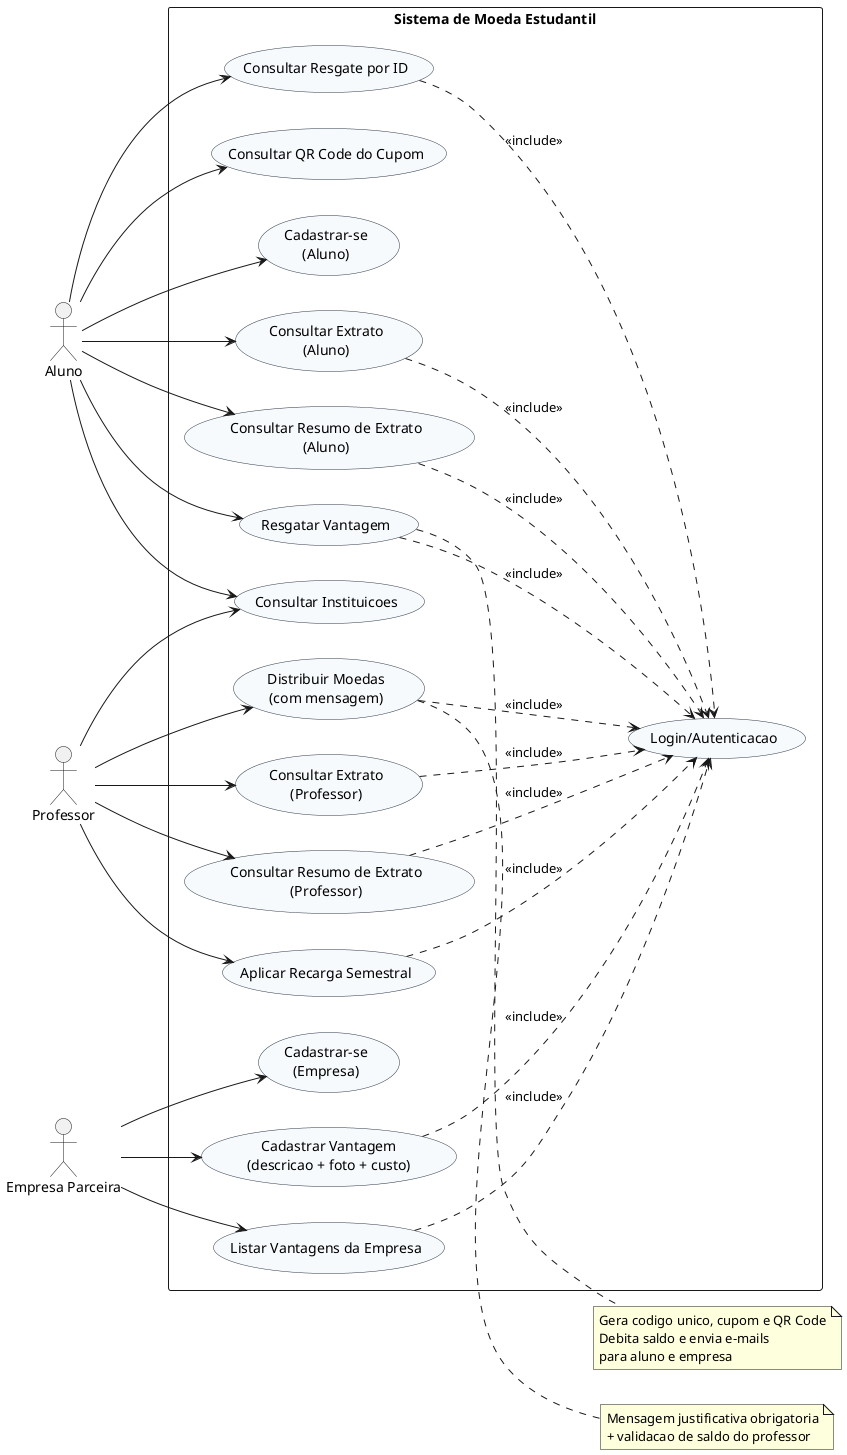
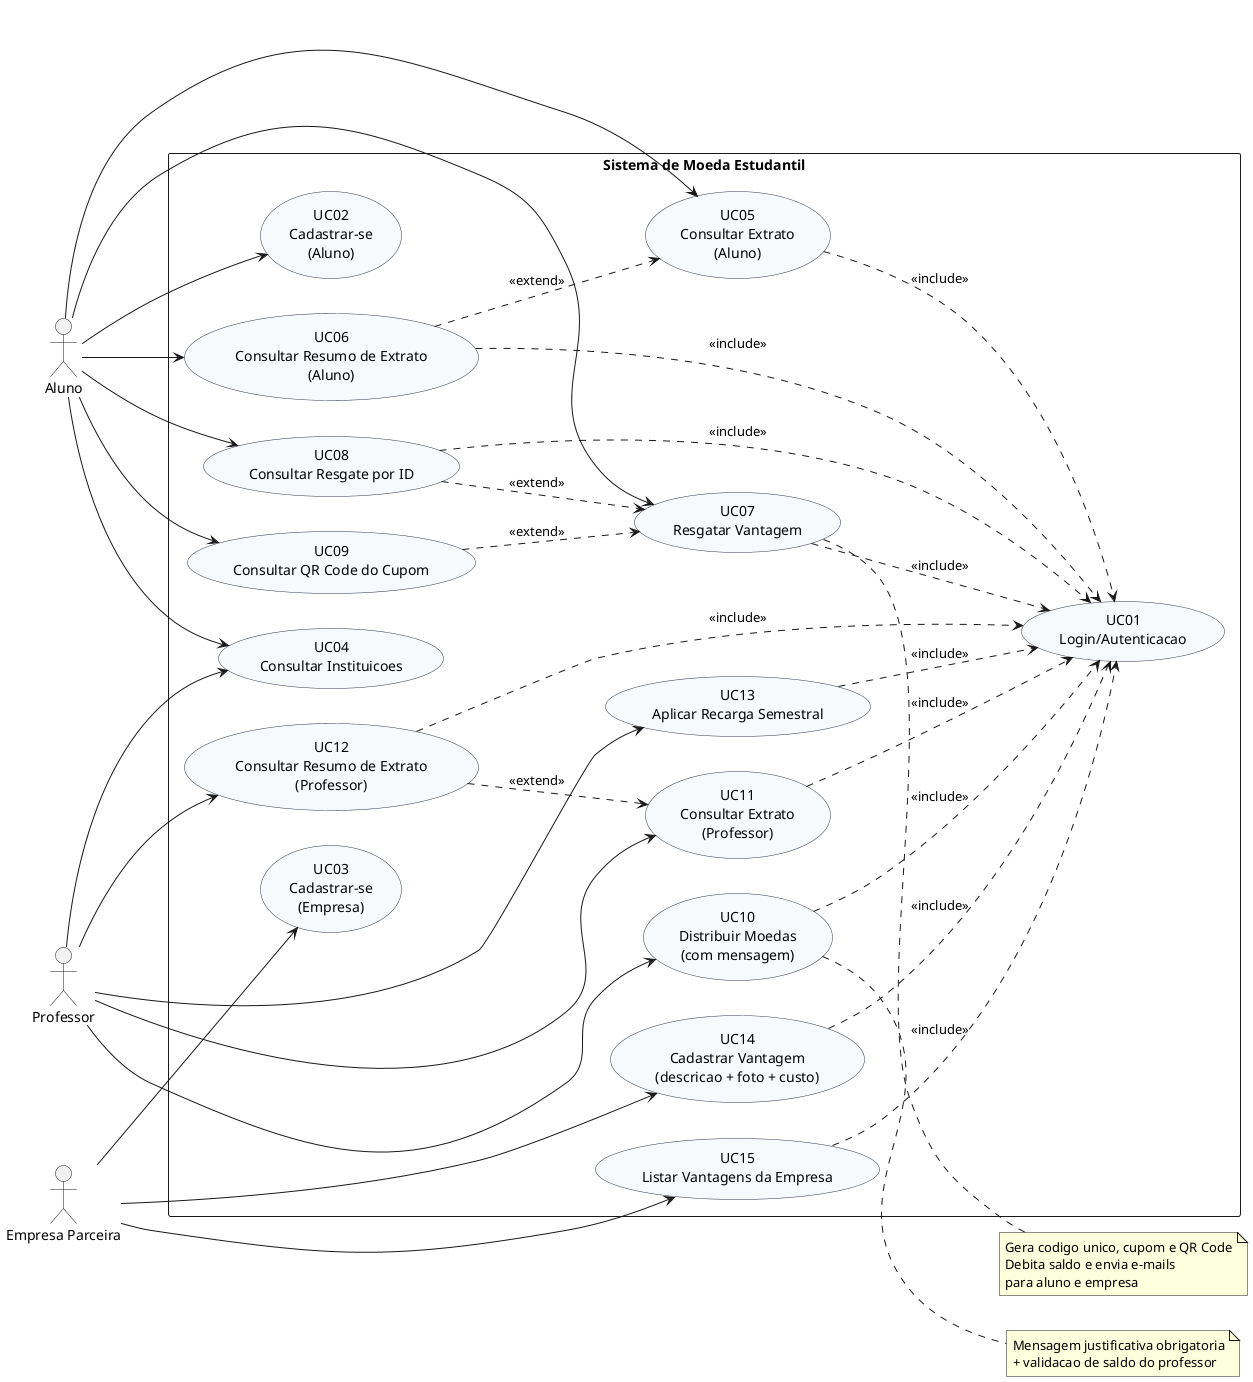
@startuml casos-de-uso
left to right direction
skinparam packageStyle rectangle
skinparam usecase {
  BackgroundColor #F7FAFC
  BorderColor #2D3748
}

actor Aluno
actor Professor
actor "Empresa Parceira" as Empresa

rectangle "Sistema de Moeda Estudantil" {
-   usecase "Login/Autenticacao" as UC_LOGIN
+   usecase "UC01\nLogin/Autenticacao" as UC_LOGIN

-   usecase "Cadastrar-se\n(Aluno)" as UC_CAD_ALUNO
-   usecase "Cadastrar-se\n(Empresa)" as UC_CAD_EMP
-   usecase "Consultar Instituicoes" as UC_INSTITUICOES
+   usecase "UC02\nCadastrar-se\n(Aluno)" as UC_CAD_ALUNO
+   usecase "UC03\nCadastrar-se\n(Empresa)" as UC_CAD_EMP
+   usecase "UC04\nConsultar Instituicoes" as UC_INSTITUICOES

-   usecase "Consultar Extrato\n(Aluno)" as UC_EXT_ALUNO
-   usecase "Consultar Resumo de Extrato\n(Aluno)" as UC_EXT_ALUNO_RES
-   usecase "Resgatar Vantagem" as UC_RESGATE
-   usecase "Consultar Resgate por ID" as UC_GET_RESGATE
-   usecase "Consultar QR Code do Cupom" as UC_QRCODE
+   usecase "UC05\nConsultar Extrato\n(Aluno)" as UC_EXT_ALUNO
+   usecase "UC06\nConsultar Resumo de Extrato\n(Aluno)" as UC_EXT_ALUNO_RES
+   usecase "UC07\nResgatar Vantagem" as UC_RESGATE
+   usecase "UC08\nConsultar Resgate por ID" as UC_GET_RESGATE
+   usecase "UC09\nConsultar QR Code do Cupom" as UC_QRCODE

-   usecase "Distribuir Moedas\n(com mensagem)" as UC_DISTRIBUIR
-   usecase "Consultar Extrato\n(Professor)" as UC_EXT_PROF
-   usecase "Consultar Resumo de Extrato\n(Professor)" as UC_EXT_PROF_RES
-   usecase "Aplicar Recarga Semestral" as UC_RECARGA
+   usecase "UC10\nDistribuir Moedas\n(com mensagem)" as UC_DISTRIBUIR
+   usecase "UC11\nConsultar Extrato\n(Professor)" as UC_EXT_PROF
+   usecase "UC12\nConsultar Resumo de Extrato\n(Professor)" as UC_EXT_PROF_RES
+   usecase "UC13\nAplicar Recarga Semestral" as UC_RECARGA

-   usecase "Cadastrar Vantagem\n(descricao + foto + custo)" as UC_CAD_VANT
-   usecase "Listar Vantagens da Empresa" as UC_LISTA_VANT
+   usecase "UC14\nCadastrar Vantagem\n(descricao + foto + custo)" as UC_CAD_VANT
+   usecase "UC15\nListar Vantagens da Empresa" as UC_LISTA_VANT
}

Aluno --> UC_CAD_ALUNO
Aluno --> UC_INSTITUICOES
Aluno --> UC_EXT_ALUNO
Aluno --> UC_EXT_ALUNO_RES
Aluno --> UC_RESGATE
Aluno --> UC_GET_RESGATE
Aluno --> UC_QRCODE

Professor --> UC_DISTRIBUIR
Professor --> UC_EXT_PROF
Professor --> UC_EXT_PROF_RES
Professor --> UC_RECARGA
Professor --> UC_INSTITUICOES

Empresa --> UC_CAD_EMP
Empresa --> UC_CAD_VANT
Empresa --> UC_LISTA_VANT

UC_EXT_ALUNO ..> UC_LOGIN : <<include>>
UC_EXT_ALUNO_RES ..> UC_LOGIN : <<include>>
UC_RESGATE ..> UC_LOGIN : <<include>>
UC_GET_RESGATE ..> UC_LOGIN : <<include>>
UC_DISTRIBUIR ..> UC_LOGIN : <<include>>
UC_EXT_PROF ..> UC_LOGIN : <<include>>
UC_EXT_PROF_RES ..> UC_LOGIN : <<include>>
UC_RECARGA ..> UC_LOGIN : <<include>>
UC_CAD_VANT ..> UC_LOGIN : <<include>>
UC_LISTA_VANT ..> UC_LOGIN : <<include>>

+ UC_EXT_ALUNO_RES ..> UC_EXT_ALUNO : <<extend>>
+ UC_EXT_PROF_RES ..> UC_EXT_PROF : <<extend>>
+ UC_GET_RESGATE ..> UC_RESGATE : <<extend>>
+ UC_QRCODE ..> UC_RESGATE : <<extend>>
+ 
note right of UC_DISTRIBUIR
Mensagem justificativa obrigatoria
+ validacao de saldo do professor
end note

note right of UC_RESGATE
Gera codigo unico, cupom e QR Code
Debita saldo e envia e-mails
para aluno e empresa
end note

@enduml
